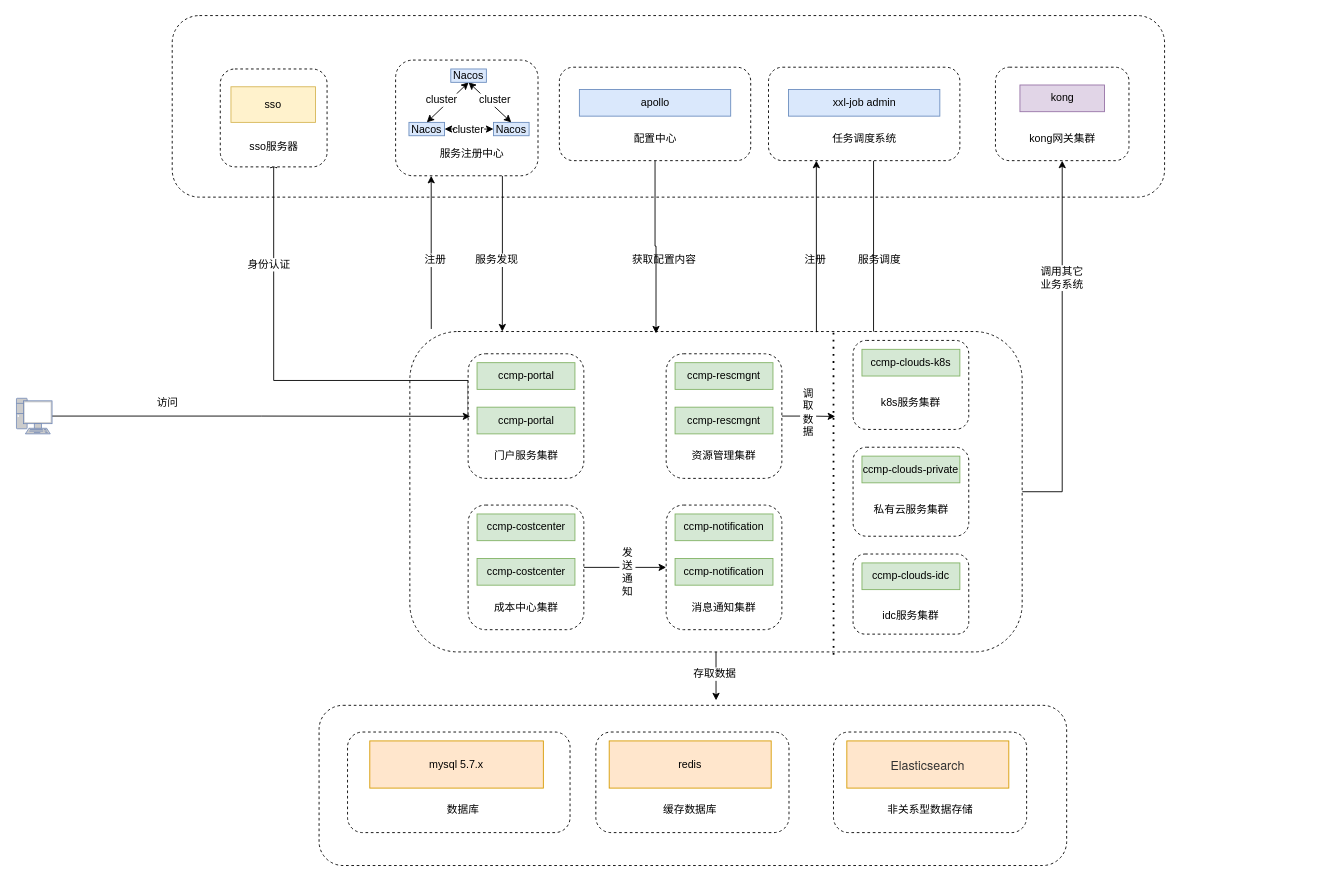
scrollsyou/doc keeps this draw.io diagram as ccmp.drawio. Above is the earlier version. Source tidied: cells renumbered, new cells numbered last; positions are measured from the earlier drawing's top-left corner, leaving out a move shared by most shapes. Both pictures are drawn from the tidied source at 89%, with x=0, y=0 at pixel (16, 15).
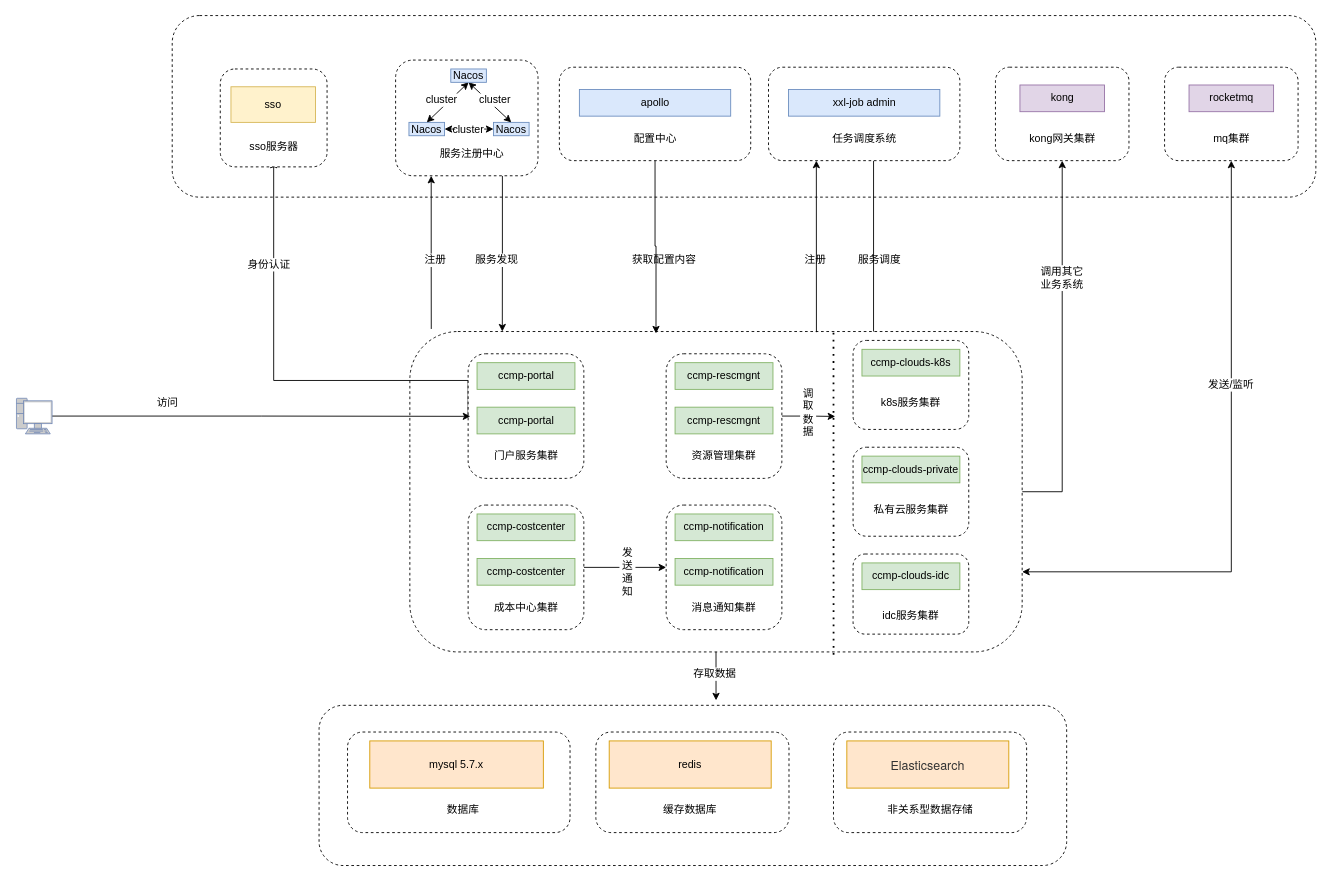
Above is the later version.

The change refers to these unchanged cells:
```xml
<mxCell id="7" style="rounded=1;whiteSpace=wrap;html=1;labelBackgroundColor=default;dashed=1;" parent="1" vertex="1">
  <mxGeometry x="442" y="355" width="688" height="360" as="geometry" />
</mxCell>
```

Diff of the diagram source:
```diff
@@
     <mxCell id="3" style="rounded=1;whiteSpace=wrap;html=1;dashed=1;" parent="1" vertex="1">
-      <mxGeometry x="175" width="1115" height="204" as="geometry" />
+      <mxGeometry x="175" width="1285" height="204" as="geometry" />
     </mxCell>
@@
+    <mxCell id="87" style="edgeStyle=orthogonalEdgeStyle;rounded=0;jettySize=auto;html=1;exitX=1;exitY=0.75;exitDx=0;exitDy=0;startArrow=classic;startFill=1;entryX=0.5;entryY=1;entryDx=0;entryDy=0;" parent="1" edge="1" source="7" target="88">
+      <mxGeometry relative="1" as="geometry" />
+    </mxCell>
@@
     <mxCell id="26" value="kong网关集群" style="text;html=1;strokeColor=none;fillColor=none;align=center;verticalAlign=middle;whiteSpace=wrap;rounded=0;labelBackgroundColor=default;" parent="1" vertex="1">
-      <mxGeometry x="1132.5" y="123" width="85" height="30" as="geometry" />
+      <mxGeometry x="1132.5" y="120" width="85" height="36" as="geometry" />
     </mxCell>
@@
+    <mxCell id="88" style="rounded=1;whiteSpace=wrap;html=1;labelBackgroundColor=default;dashed=1;" parent="1" vertex="1">
+      <mxGeometry x="1290" y="58" width="150" height="105" as="geometry" />
+    </mxCell>
+    <mxCell id="89" value="mq集群" style="text;html=1;strokeColor=none;fillColor=none;align=center;verticalAlign=middle;whiteSpace=wrap;rounded=0;labelBackgroundColor=default;" parent="1" vertex="1">
+      <mxGeometry x="1322.5" y="120" width="85" height="36" as="geometry" />
+    </mxCell>
+    <mxCell id="90" value="rocketmq" style="rounded=0;whiteSpace=wrap;html=1;labelBackgroundColor=none;fillColor=#e1d5e7;strokeColor=#9673a6;" parent="1" vertex="1">
+      <mxGeometry x="1317.5" y="78" width="95" height="30" as="geometry" />
+    </mxCell>
+    <mxCell id="91" value="发送/监听" style="text;html=1;strokeColor=none;fillColor=none;align=center;verticalAlign=middle;whiteSpace=wrap;rounded=0;labelBackgroundColor=default;" parent="1" vertex="1">
+      <mxGeometry x="1335" y="400" width="60" height="30" as="geometry" />
+    </mxCell>
```
